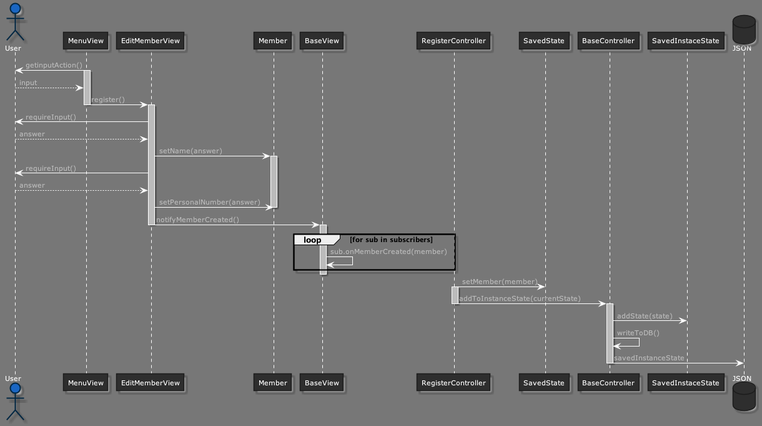
Before: diagrams/addMember.png, a diagram exported from PlantUML (clundstrom/mvc_pirates).
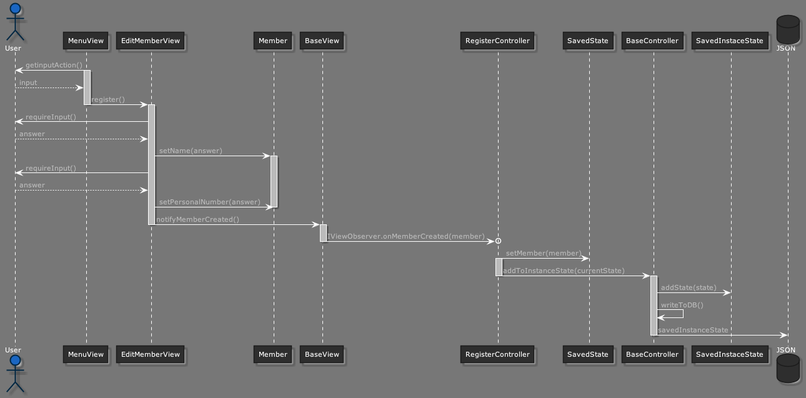
The same file after the commit.

Commit message:
corrected diagrams

Diff of the diagram source:
```diff
@@ -282,9 +282,9 @@
 EditMemberView -> BaseView : notifyMemberCreated()
 deactivate EditMemberView
 activate BaseView
-loop for sub in subscribers
-    BaseView -> BaseView : sub.onMemberCreated(member)
-end
+
+BaseView ->o RegisterController : IViewObserver.onMemberCreated(member)
+
 deactivate BaseView
 RegisterController -> SavedState : setMember(member)
 activate RegisterController
```
